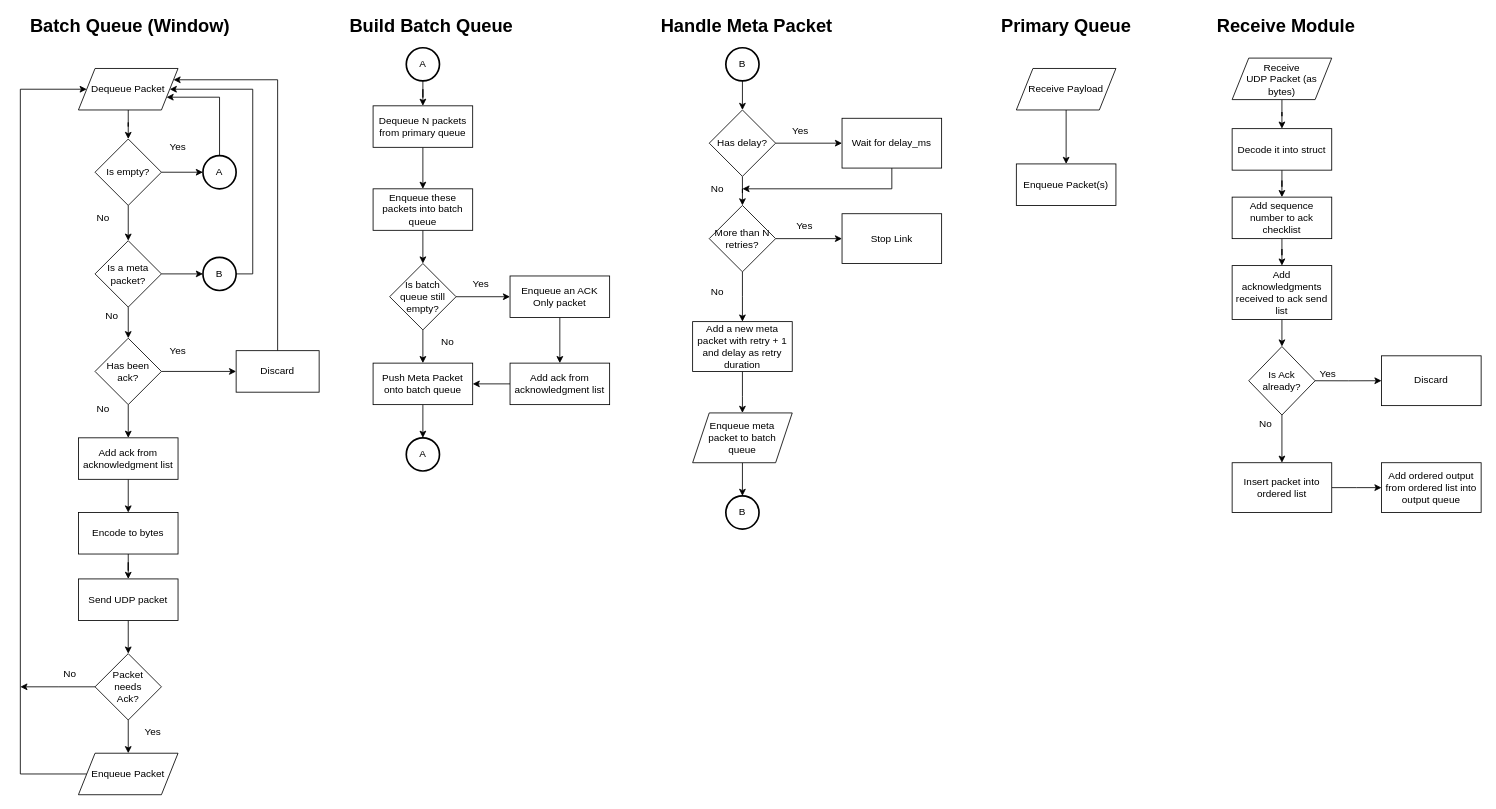
Before: page "Queue" (3 of 6) of Software-Architecture.drawio in Prototype-Aether/Prototype-Aether, a draw.io diagram. Source tidied: cells renumbered, new cells numbered last; positions are measured from the earlier drawing's top-left corner, leaving out a move shared by most shapes. Both pictures are drawn from the tidied source at 83%, with x=0, y=0 at pixel (20, 14).
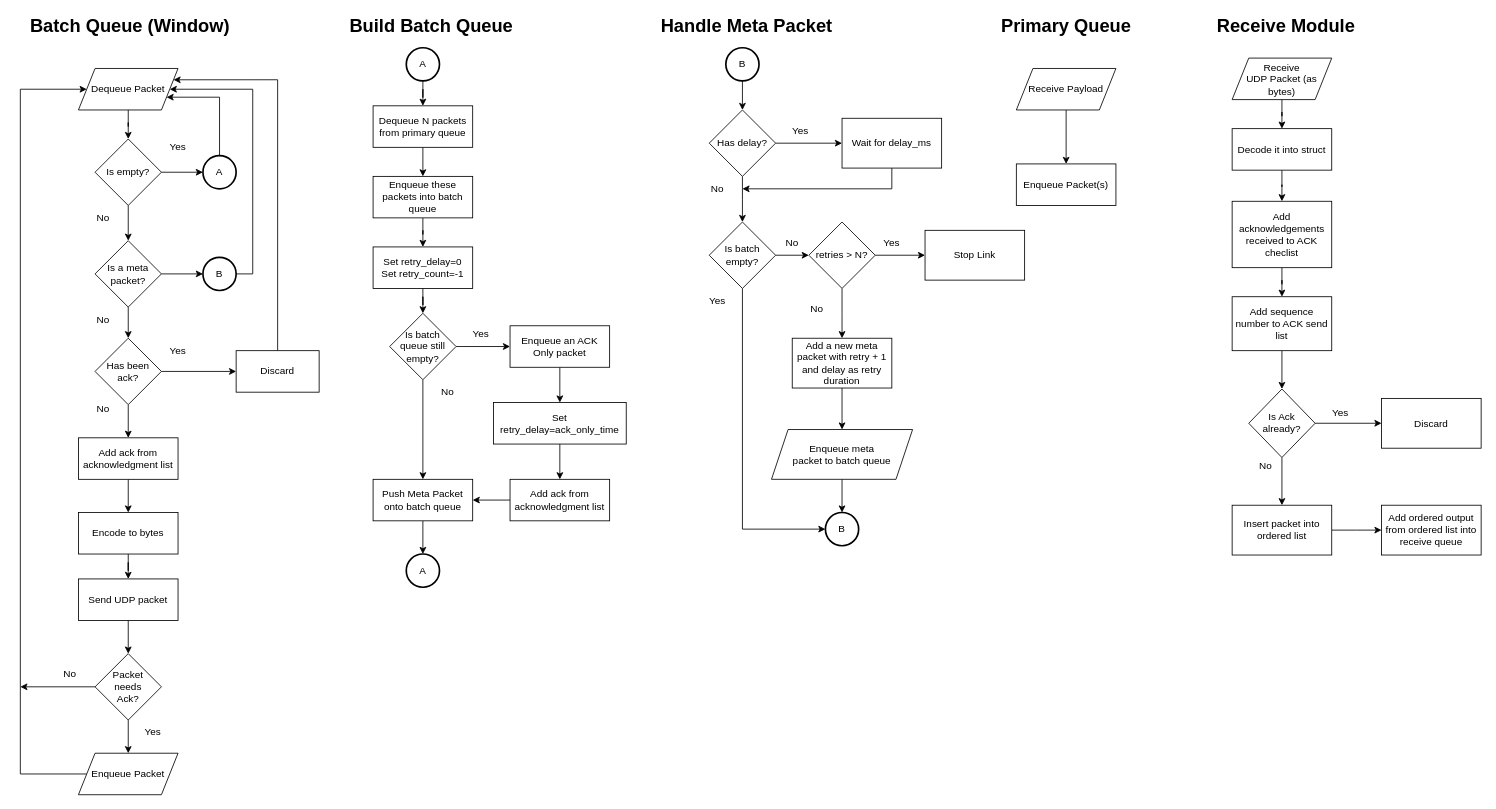
The same diagram, later.

Commit message (it also covers changes not shown here):
Fixed Batch queue

Unchanged cells that the change refers to:
```xml
<mxCell id="88" value="Has delay?" style="rhombus;whiteSpace=wrap;html=1;" parent="1" vertex="1">
  <mxGeometry x="830" y="115" width="80" height="80" as="geometry" />
</mxCell>
```

Change to the diagram source:
```diff
@@
-    <mxCell id="37" style="edgeStyle=orthogonalEdgeStyle;rounded=0;jettySize=auto;html=1;entryX=0.5;entryY=0;entryDx=0;entryDy=0;" parent="1" edge="1" source="38" target="41">
+    <mxCell id="37" style="edgeStyle=orthogonalEdgeStyle;rounded=0;jettySize=auto;html=1;entryX=0.5;entryY=0;entryDx=0;entryDy=0;" parent="1" edge="1" source="38" target="104">
       <mxGeometry relative="1" as="geometry" />
     </mxCell>
     <mxCell id="38" value="Enqueue these packets into batch queue" style="whiteSpace=wrap;html=1;" parent="1" vertex="1">
-      <mxGeometry x="425" y="210" width="120" height="50" as="geometry" />
+      <mxGeometry x="425" y="195" width="120" height="50" as="geometry" />
     </mxCell>
@@
     <mxCell id="41" value="Is batch queue still empty?" style="rhombus;whiteSpace=wrap;html=1;" parent="1" vertex="1">
-      <mxGeometry x="445" y="300" width="80" height="80" as="geometry" />
+      <mxGeometry x="445" y="360" width="80" height="80" as="geometry" />
     </mxCell>
-    <mxCell id="42" style="edgeStyle=orthogonalEdgeStyle;rounded=0;jettySize=auto;html=1;entryX=0.5;entryY=0;entryDx=0;entryDy=0;" parent="1" edge="1" source="43" target="45">
+    <mxCell id="42" style="edgeStyle=orthogonalEdgeStyle;rounded=0;jettySize=auto;html=1;entryX=0.5;entryY=0;entryDx=0;entryDy=0;startArrow=none;" parent="1" edge="1" source="105" target="45">
       <mxGeometry relative="1" as="geometry" />
     </mxCell>
+    <mxCell id="101" style="edgeStyle=orthogonalEdgeStyle;rounded=0;jettySize=auto;html=1;" parent="1" edge="1" source="43" target="105">
+      <mxGeometry relative="1" as="geometry" />
+    </mxCell>
     <mxCell id="43" value="Enqueue an ACK Only packet" style="whiteSpace=wrap;html=1;" parent="1" vertex="1">
-      <mxGeometry x="590" y="315" width="120" height="50" as="geometry" />
+      <mxGeometry x="590" y="375" width="120" height="50" as="geometry" />
     </mxCell>
@@
     <mxCell id="45" value="Add ack from acknowledgment list" style="whiteSpace=wrap;html=1;" parent="1" vertex="1">
-      <mxGeometry x="590" y="420" width="120" height="50" as="geometry" />
+      <mxGeometry x="590" y="560" width="120" height="50" as="geometry" />
     </mxCell>
@@
     <mxCell id="47" value="Push Meta Packet onto batch queue" style="whiteSpace=wrap;html=1;" parent="1" vertex="1">
-      <mxGeometry x="425" y="420" width="120" height="50" as="geometry" />
+      <mxGeometry x="425" y="560" width="120" height="50" as="geometry" />
     </mxCell>
     <mxCell id="48" value="Yes" style="text;html=1;strokeColor=none;fillColor=none;align=center;verticalAlign=middle;whiteSpace=wrap;rounded=0;" parent="1" vertex="1">
-      <mxGeometry x="525" y="310" width="60" height="30" as="geometry" />
+      <mxGeometry x="525" y="370" width="60" height="30" as="geometry" />
     </mxCell>
     <mxCell id="49" value="No" style="text;html=1;strokeColor=none;fillColor=none;align=center;verticalAlign=middle;whiteSpace=wrap;rounded=0;" parent="1" vertex="1">
-      <mxGeometry x="485" y="380" width="60" height="30" as="geometry" />
+      <mxGeometry x="485" y="440" width="60" height="30" as="geometry" />
     </mxCell>
@@
     <mxCell id="52" value="A" style="strokeWidth=2;html=1;shape=mxgraph.flowchart.start_2;whiteSpace=wrap;" parent="1" vertex="1">
-      <mxGeometry x="465" y="510" width="40" height="40" as="geometry" />
+      <mxGeometry x="465" y="650" width="40" height="40" as="geometry" />
     </mxCell>
@@
     <mxCell id="60" style="edgeStyle=orthogonalEdgeStyle;rounded=0;jettySize=auto;html=1;fontSize=12;exitX=1;exitY=0.5;exitDx=0;exitDy=0;entryX=0;entryY=0.5;entryDx=0;entryDy=0;" parent="1" edge="1" source="68" target="61">
       <mxGeometry relative="1" as="geometry">
         <Array as="points">
-          <mxPoint x="1610" y="570" />
-          <mxPoint x="1610" y="570" />
+          <mxPoint x="1610" y="621.2" />
+          <mxPoint x="1610" y="621.2" />
         </Array>
       </mxGeometry>
     </mxCell>
-    <mxCell id="61" value="Add ordered output from ordered list into output queue" style="whiteSpace=wrap;html=1;" parent="1" vertex="1">
-      <mxGeometry x="1640" y="540" width="120" height="60" as="geometry" />
+    <mxCell id="61" value="Add ordered output from ordered list into receive queue" style="whiteSpace=wrap;html=1;" parent="1" vertex="1">
+      <mxGeometry x="1640" y="591.2" width="120" height="60" as="geometry" />
     </mxCell>
     <mxCell id="62" value="Discard" style="whiteSpace=wrap;html=1;" parent="1" vertex="1">
-      <mxGeometry x="1640" y="411.2" width="120" height="60" as="geometry" />
+      <mxGeometry x="1640" y="462.5" width="120" height="60" as="geometry" />
     </mxCell>
     <mxCell id="63" value="Yes" style="text;html=1;align=center;verticalAlign=middle;strokeColor=none;fillColor=none;" parent="1" vertex="1">
-      <mxGeometry x="1555" y="422.5" width="40" height="20" as="geometry" />
+      <mxGeometry x="1570" y="470" width="40" height="20" as="geometry" />
     </mxCell>
     <mxCell id="64" value="No" style="text;html=1;align=center;verticalAlign=middle;strokeColor=none;fillColor=none;" parent="1" vertex="1">
-      <mxGeometry x="1485" y="482.5" width="30" height="20" as="geometry" />
+      <mxGeometry x="1485" y="533.8" width="30" height="20" as="geometry" />
     </mxCell>
@@
     <mxCell id="67" value="&lt;span&gt;Is Ack already?&lt;br&gt;&lt;/span&gt;" style="rhombus;whiteSpace=wrap;html=1;" parent="1" vertex="1">
-      <mxGeometry x="1480" y="400" width="80" height="82.5" as="geometry" />
+      <mxGeometry x="1480" y="451.2" width="80" height="82.5" as="geometry" />
     </mxCell>
     <mxCell id="68" value="Insert packet into ordered list" style="whiteSpace=wrap;html=1;" parent="1" vertex="1">
-      <mxGeometry x="1460" y="540" width="120" height="60" as="geometry" />
+      <mxGeometry x="1460" y="591.2" width="120" height="60" as="geometry" />
     </mxCell>
@@
-    <mxCell id="71" value="No" style="text;html=1;align=center;verticalAlign=middle;strokeColor=none;fillColor=none;" parent="1" vertex="1">
-      <mxGeometry x="95" y="352.5" width="30" height="20" as="geometry" />
-    </mxCell>
@@
     <mxCell id="76" style="edgeStyle=orthogonalEdgeStyle;rounded=0;jettySize=auto;html=1;exitX=0.5;exitY=1;exitDx=0;exitDy=0;" parent="1" edge="1" source="77">
       <mxGeometry relative="1" as="geometry">
-        <mxPoint x="870" y="370" as="targetPoint" />
+        <mxPoint x="990" y="390" as="targetPoint" />
       </mxGeometry>
     </mxCell>
-    <mxCell id="77" value="More than N retries?" style="rhombus;whiteSpace=wrap;html=1;" parent="1" vertex="1">
-      <mxGeometry x="830" y="230" width="80" height="80" as="geometry" />
+    <mxCell id="77" value="retries &amp;gt; N?" style="rhombus;whiteSpace=wrap;html=1;" parent="1" vertex="1">
+      <mxGeometry x="950" y="250" width="80" height="80" as="geometry" />
     </mxCell>
     <mxCell id="78" value="Stop Link" style="rounded=0;whiteSpace=wrap;html=1;" parent="1" vertex="1">
-      <mxGeometry x="990" y="240" width="120" height="60" as="geometry" />
+      <mxGeometry x="1090" y="260" width="120" height="60" as="geometry" />
     </mxCell>
     <mxCell id="79" style="edgeStyle=orthogonalEdgeStyle;rounded=0;jettySize=auto;html=1;exitX=0.5;exitY=1;exitDx=0;exitDy=0;entryX=0.5;entryY=0;entryDx=0;entryDy=0;" parent="1" edge="1" source="80" target="89">
       <mxGeometry relative="1" as="geometry">
         <Array as="points">
-          <mxPoint x="870" y="460" />
-          <mxPoint x="870" y="460" />
+          <mxPoint x="990" y="480" />
+          <mxPoint x="990" y="480" />
         </Array>
       </mxGeometry>
     </mxCell>
     <mxCell id="80" value="Add a new meta packet with retry + 1 and delay as retry duration" style="rounded=0;whiteSpace=wrap;html=1;" parent="1" vertex="1">
-      <mxGeometry x="810" y="370" width="120" height="60" as="geometry" />
+      <mxGeometry x="930" y="390" width="120" height="60" as="geometry" />
     </mxCell>
@@
     <mxCell id="84" value="No" style="text;html=1;strokeColor=none;fillColor=none;align=center;verticalAlign=middle;whiteSpace=wrap;rounded=0;" parent="1" vertex="1">
-      <mxGeometry x="810" y="320" width="60" height="30" as="geometry" />
+      <mxGeometry x="930" y="340" width="60" height="30" as="geometry" />
     </mxCell>
     <mxCell id="85" value="Yes" style="text;html=1;strokeColor=none;fillColor=none;align=center;verticalAlign=middle;whiteSpace=wrap;rounded=0;" parent="1" vertex="1">
-      <mxGeometry x="915" y="240" width="60" height="30" as="geometry" />
+      <mxGeometry x="1020" y="260" width="60" height="30" as="geometry" />
     </mxCell>
-    <mxCell id="86" style="edgeStyle=orthogonalEdgeStyle;rounded=0;jettySize=auto;html=1;entryX=0.5;entryY=0;entryDx=0;entryDy=0;" parent="1" edge="1" source="88" target="77">
-      <mxGeometry relative="1" as="geometry" />
+    <mxCell id="86" style="edgeStyle=orthogonalEdgeStyle;rounded=0;jettySize=auto;html=1;" parent="1" edge="1" source="88">
+      <mxGeometry relative="1" as="geometry">
+        <mxPoint x="870" y="250" as="targetPoint" />
+      </mxGeometry>
     </mxCell>
@@
     <mxCell id="89" value="&lt;span&gt;Enqueue meta&lt;br&gt;packet to batch queue&lt;/span&gt;" style="shape=parallelogram;perimeter=parallelogramPerimeter;whiteSpace=wrap;html=1;fixedSize=1;" parent="1" vertex="1">
-      <mxGeometry x="810" y="480" width="120" height="60" as="geometry" />
+      <mxGeometry x="905" y="500" width="170" height="60" as="geometry" />
     </mxCell>
@@
+    <mxCell id="102" style="edgeStyle=orthogonalEdgeStyle;rounded=0;jettySize=auto;html=1;exitX=1;exitY=0;exitDx=0;exitDy=0;" parent="1" edge="1" source="108" target="96">
+      <mxGeometry relative="1" as="geometry">
+        <Array as="points">
+          <mxPoint x="870" y="620" />
+        </Array>
+      </mxGeometry>
+    </mxCell>
     <mxCell id="96" value="B" style="strokeWidth=2;html=1;shape=mxgraph.flowchart.start_2;whiteSpace=wrap;" parent="1" vertex="1">
-      <mxGeometry x="850" y="580" width="40" height="40" as="geometry" />
+      <mxGeometry x="970" y="600" width="40" height="40" as="geometry" />
     </mxCell>
@@
-    <mxCell id="98" value="Add acknowledgments received to ack send list" style="whiteSpace=wrap;html=1;" parent="1" vertex="1">
-      <mxGeometry x="1460" y="302.5" width="120" height="65" as="geometry" />
+    <mxCell id="98" value="Add sequence number to ACK send list" style="whiteSpace=wrap;html=1;" parent="1" vertex="1">
+      <mxGeometry x="1460" y="340" width="120" height="65" as="geometry" />
     </mxCell>
@@
-    <mxCell id="100" value="Add sequence number to ack checklist" style="whiteSpace=wrap;html=1;" parent="1" vertex="1">
-      <mxGeometry x="1460" y="220" width="120" height="50" as="geometry" />
+    <mxCell id="100" value="Add acknowledgements received to ACK checlist" style="whiteSpace=wrap;html=1;" parent="1" vertex="1">
+      <mxGeometry x="1460" y="225" width="120" height="80" as="geometry" />
     </mxCell>
+    <mxCell id="103" style="edgeStyle=orthogonalEdgeStyle;rounded=0;jettySize=auto;html=1;" parent="1" edge="1" source="104" target="41">
+      <mxGeometry relative="1" as="geometry" />
+    </mxCell>
+    <mxCell id="104" value="Set retry_delay=0&lt;br&gt;Set retry_count=-1" style="whiteSpace=wrap;html=1;" parent="1" vertex="1">
+      <mxGeometry x="425" y="280" width="120" height="50" as="geometry" />
+    </mxCell>
+    <mxCell id="105" value="Set retry_delay=ack_only_time" style="whiteSpace=wrap;html=1;" parent="1" vertex="1">
+      <mxGeometry x="570" y="467.5" width="160" height="50" as="geometry" />
+    </mxCell>
+    <mxCell id="106" style="edgeStyle=orthogonalEdgeStyle;rounded=0;jettySize=auto;html=1;" parent="1" edge="1" source="107" target="77">
+      <mxGeometry relative="1" as="geometry" />
+    </mxCell>
+    <mxCell id="107" value="Is batch empty?" style="rhombus;whiteSpace=wrap;html=1;" parent="1" vertex="1">
+      <mxGeometry x="830" y="250" width="80" height="80" as="geometry" />
+    </mxCell>
+    <mxCell id="108" value="Yes" style="text;html=1;strokeColor=none;fillColor=none;align=center;verticalAlign=middle;whiteSpace=wrap;rounded=0;" parent="1" vertex="1">
+      <mxGeometry x="810" y="330" width="60" height="30" as="geometry" />
+    </mxCell>
+    <mxCell id="109" value="No" style="text;html=1;strokeColor=none;fillColor=none;align=center;verticalAlign=middle;whiteSpace=wrap;rounded=0;" parent="1" vertex="1">
+      <mxGeometry x="900" y="260" width="60" height="30" as="geometry" />
+    </mxCell>
+    <mxCell id="110" value="No" style="text;html=1;strokeColor=none;fillColor=none;align=center;verticalAlign=middle;whiteSpace=wrap;rounded=0;" parent="1" vertex="1">
+      <mxGeometry x="70" y="352.5" width="60" height="30" as="geometry" />
+    </mxCell>
```
